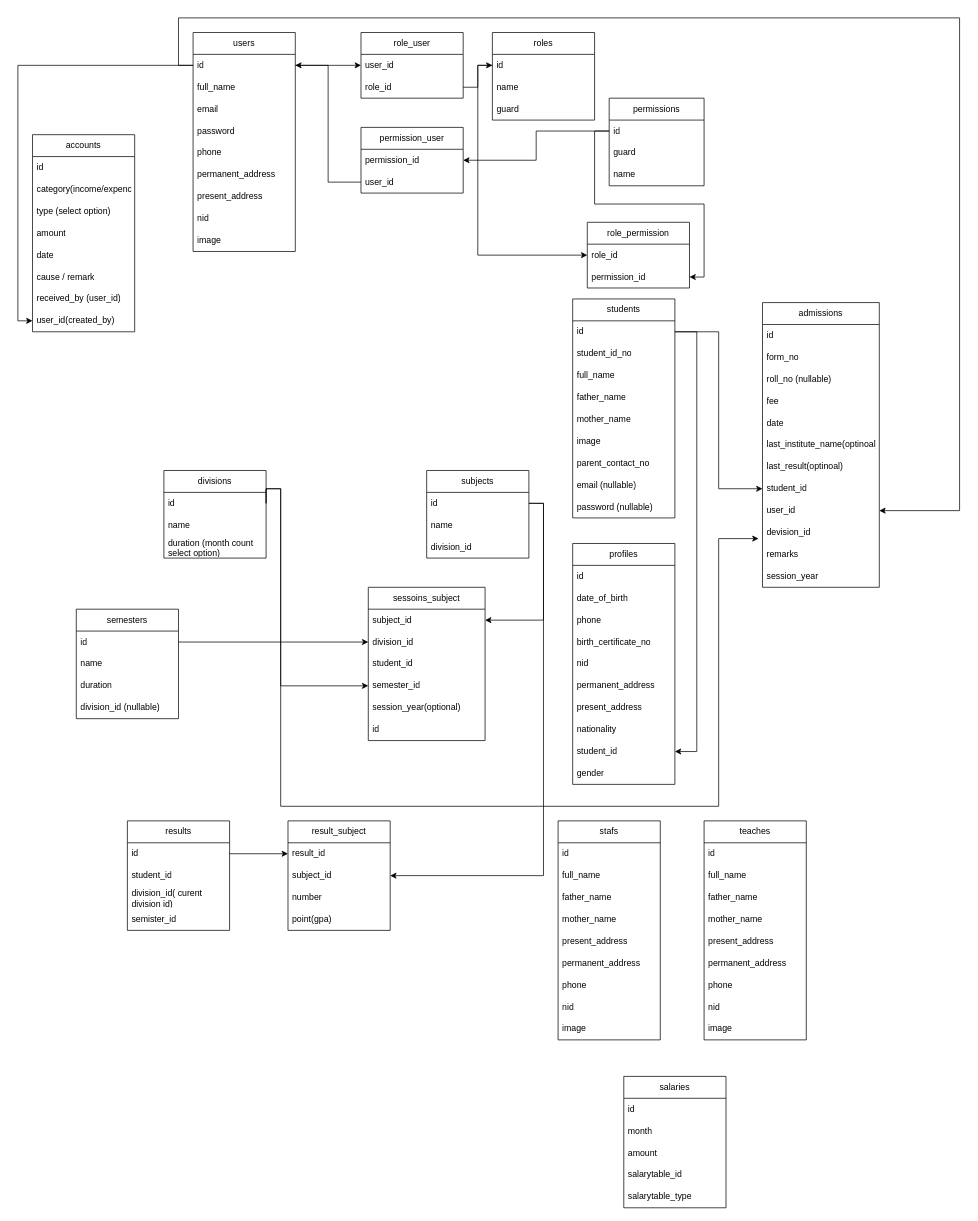
Earlier version of the draw.io diagram Untitled Diagram.drawio (asifmics/javascript). Source tidied: cells renumbered, new cells numbered last; positions are measured from the earlier drawing's top-left corner, leaving out a move shared by most shapes. Both pictures are drawn from the tidied source at 73%, with x=0, y=0 at pixel (32, 18).
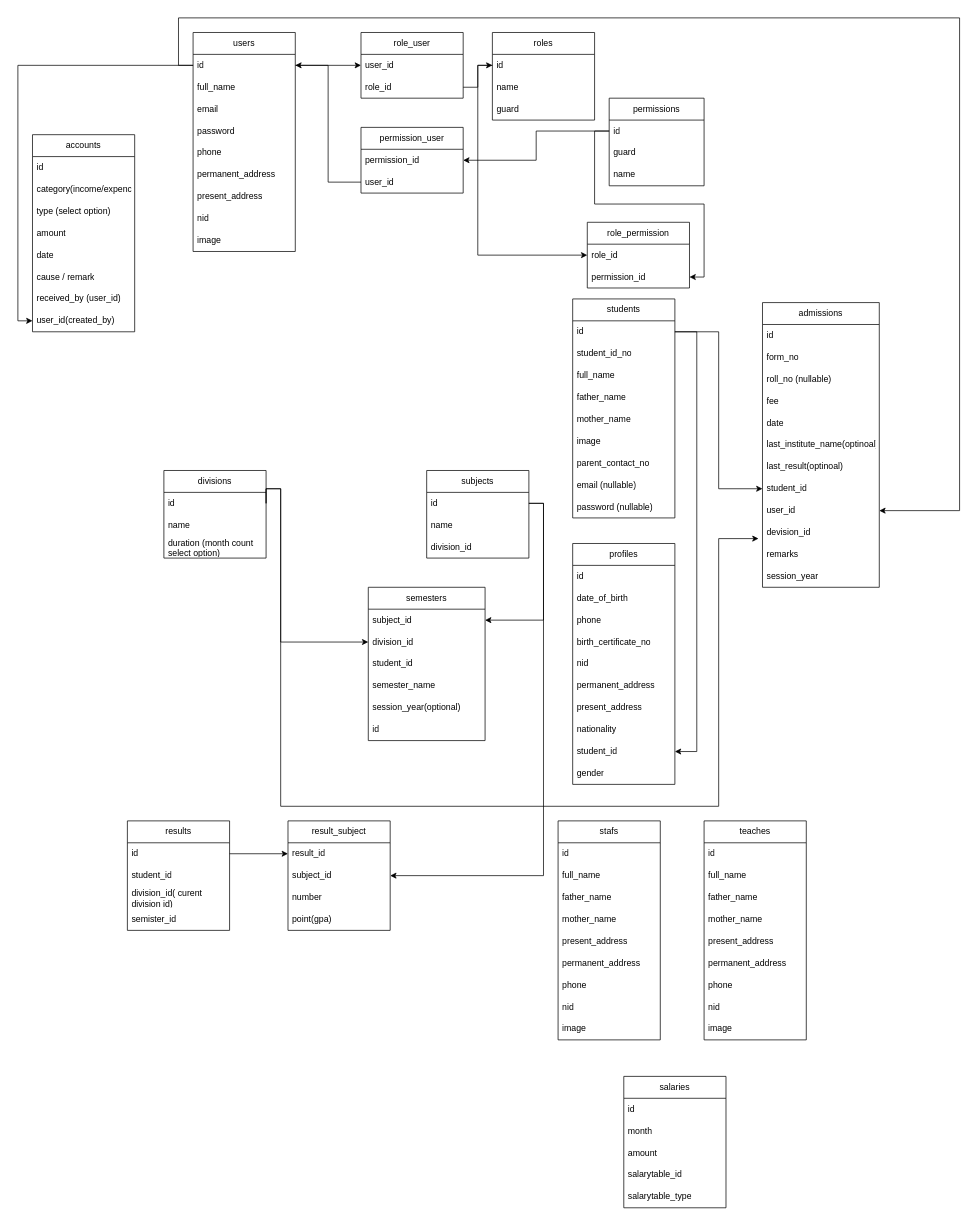
After the change.

Diff of the diagram source:
```diff
@@
-    <mxCell id="53" value="sessoins_subject" style="swimlane;fontStyle=0;horizontal=1;startSize=30;whiteSpace=wrap;html=1;" parent="1" vertex="1">
+    <mxCell id="53" value="semesters" style="swimlane;fontStyle=0;horizontal=1;startSize=30;whiteSpace=wrap;html=1;" parent="1" vertex="1">
       <mxGeometry x="460" y="780" width="160" height="210" as="geometry" />
     </mxCell>
@@
-    <mxCell id="57" value="semester_id" style="text;strokeColor=none;fillColor=none;align=left;verticalAlign=middle;spacingLeft=4;spacingRight=4;overflow=hidden;points=[[0,0.5],[1,0.5]];portConstraint=eastwest;whiteSpace=wrap;html=1;" parent="53" vertex="1">
+    <mxCell id="57" value="semester_name" style="text;strokeColor=none;fillColor=none;align=left;verticalAlign=middle;spacingLeft=4;spacingRight=4;overflow=hidden;points=[[0,0.5],[1,0.5]];portConstraint=eastwest;whiteSpace=wrap;html=1;" parent="53" vertex="1">
       <mxGeometry y="120" width="160" height="30" as="geometry" />
     </mxCell>
@@
-    <mxCell id="138" value="semesters" style="swimlane;fontStyle=0;horizontal=1;startSize=30;whiteSpace=wrap;html=1;" parent="1" vertex="1">
-      <mxGeometry x="60" y="810" width="140" height="150" as="geometry" />
-    </mxCell>
-    <mxCell id="139" value="id" style="text;strokeColor=none;fillColor=none;align=left;verticalAlign=middle;spacingLeft=4;spacingRight=4;overflow=hidden;points=[[0,0.5],[1,0.5]];portConstraint=eastwest;whiteSpace=wrap;html=1;" parent="138" vertex="1">
-      <mxGeometry y="30" width="140" height="30" as="geometry" />
-    </mxCell>
-    <mxCell id="140" value="name" style="text;strokeColor=none;fillColor=none;align=left;verticalAlign=middle;spacingLeft=4;spacingRight=4;overflow=hidden;whiteSpace=wrap;html=1;" parent="138" vertex="1">
-      <mxGeometry y="60" width="140" height="30" as="geometry" />
-    </mxCell>
-    <mxCell id="141" value="duration" style="text;strokeColor=none;fillColor=none;align=left;verticalAlign=middle;spacingLeft=4;spacingRight=4;overflow=hidden;whiteSpace=wrap;html=1;" parent="138" vertex="1">
-      <mxGeometry y="90" width="140" height="30" as="geometry" />
-    </mxCell>
-    <mxCell id="142" value="division_id (nullable)" style="text;strokeColor=none;fillColor=none;align=left;verticalAlign=middle;spacingLeft=4;spacingRight=4;overflow=hidden;whiteSpace=wrap;html=1;" parent="138" vertex="1">
-      <mxGeometry y="120" width="140" height="30" as="geometry" />
-    </mxCell>
-    <mxCell id="143" style="edgeStyle=orthogonalEdgeStyle;rounded=0;jettySize=auto;html=1;exitX=1;exitY=0.5;exitDx=0;exitDy=0;entryX=0;entryY=0.5;entryDx=0;entryDy=0;" parent="1" edge="1" source="139" target="57">
-      <mxGeometry relative="1" as="geometry">
-        <Array as="points">
-          <mxPoint x="340" y="855" />
-          <mxPoint x="340" y="915" />
-        </Array>
-      </mxGeometry>
-    </mxCell>
```
